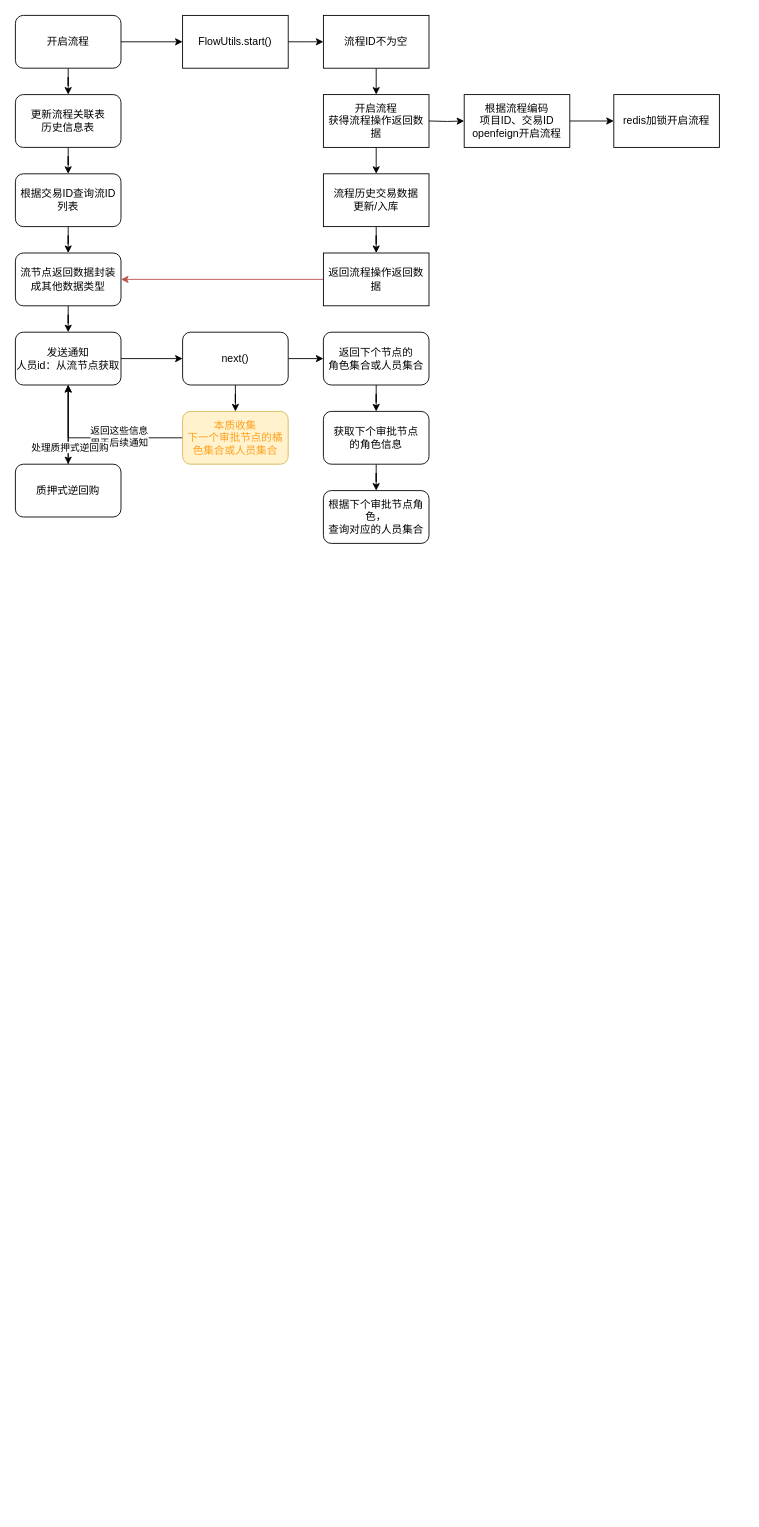
This is 质押券逆回购.drawio from CrazyDBug/draw, a draw.io file, before an edit. Source tidied: cells renumbered, new cells numbered last; positions are measured from the earlier drawing's top-left corner, leaving out a move shared by most shapes. Both pictures are drawn from the tidied source at 88%, with x=0, y=0 at pixel (15, 15).
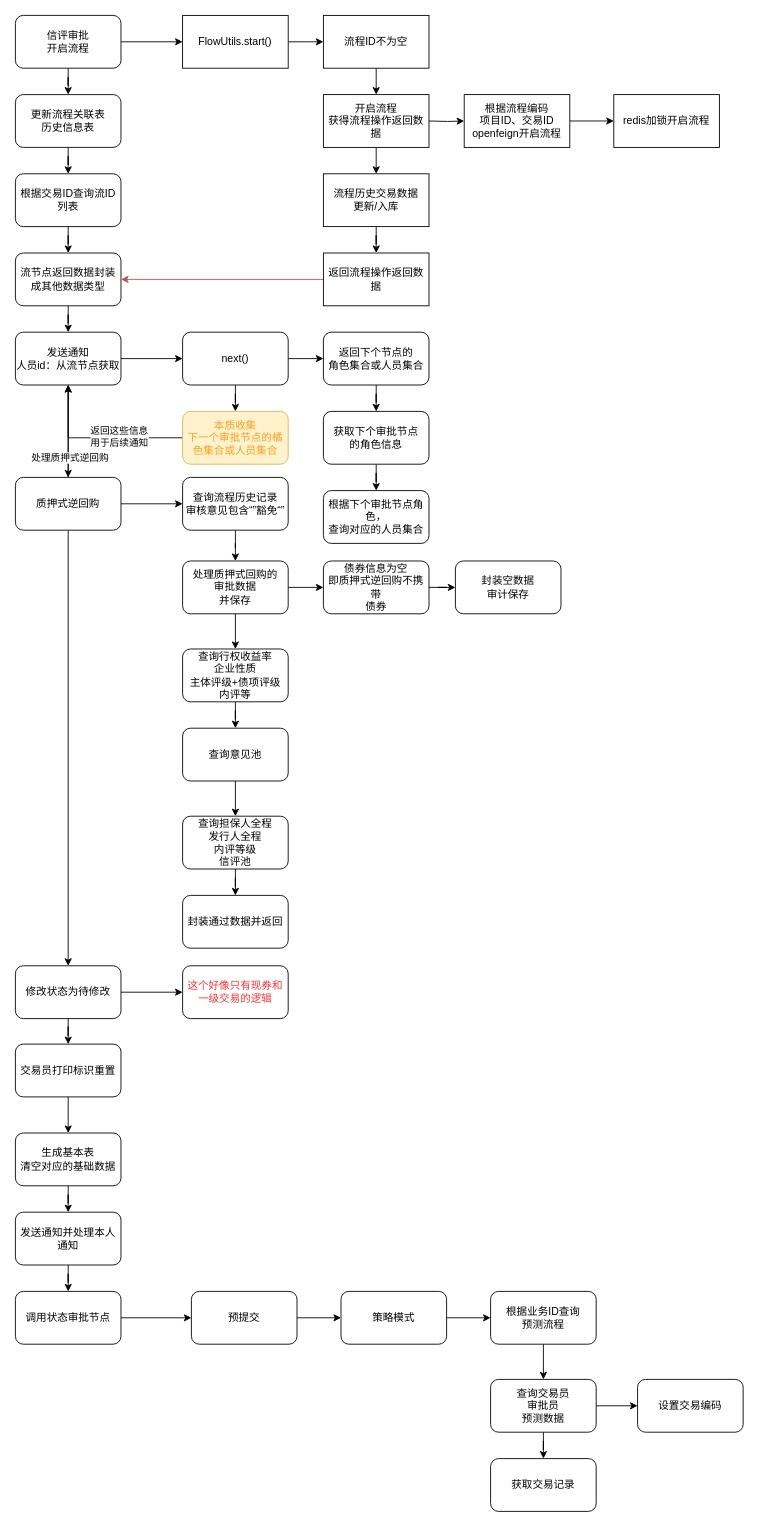
After the change.

Commit message:
更新质押券逆回购.drawio

What changed in the source:
```diff
@@
-    <mxCell id="4" value="开启流程" style="rounded=1;whiteSpace=wrap;html=1;" parent="1" vertex="1">
+    <mxCell id="4" value="&lt;div&gt;信评审批&lt;/div&gt;开启流程" style="rounded=1;whiteSpace=wrap;html=1;" parent="1" vertex="1">
       <mxGeometry width="120" height="60" as="geometry" />
     </mxCell>
@@
+    <mxCell id="42" style="edgeStyle=orthogonalEdgeStyle;rounded=0;jettySize=auto;html=1;" parent="1" edge="1" source="41" target="45">
+      <mxGeometry relative="1" as="geometry" />
+    </mxCell>
+    <mxCell id="43" style="edgeStyle=orthogonalEdgeStyle;rounded=0;jettySize=auto;html=1;" parent="1" edge="1" source="41" target="61">
+      <mxGeometry relative="1" as="geometry" />
+    </mxCell>
     <mxCell id="41" value="质押式逆回购" style="whiteSpace=wrap;html=1;rounded=1;" parent="1" vertex="1">
-      <mxGeometry y="510" width="120" height="60" as="geometry" />
+      <mxGeometry y="525" width="120" height="60" as="geometry" />
     </mxCell>
+    <mxCell id="44" style="edgeStyle=orthogonalEdgeStyle;rounded=0;jettySize=auto;html=1;" parent="1" edge="1" source="45" target="48">
+      <mxGeometry relative="1" as="geometry" />
+    </mxCell>
+    <mxCell id="45" value="查询流程历史记录&lt;div&gt;审核意见包含“”豁免“”&lt;/div&gt;" style="whiteSpace=wrap;html=1;rounded=1;" parent="1" vertex="1">
+      <mxGeometry x="190" y="525" width="120" height="60" as="geometry" />
+    </mxCell>
+    <mxCell id="46" style="edgeStyle=orthogonalEdgeStyle;rounded=0;jettySize=auto;html=1;" parent="1" edge="1" source="48" target="50">
+      <mxGeometry relative="1" as="geometry" />
+    </mxCell>
+    <mxCell id="47" style="edgeStyle=orthogonalEdgeStyle;rounded=0;jettySize=auto;html=1;" parent="1" edge="1" source="48" target="53">
+      <mxGeometry relative="1" as="geometry" />
+    </mxCell>
+    <mxCell id="48" value="处理质押式回购的&lt;div&gt;审批数据&lt;/div&gt;&lt;div&gt;并保存&lt;/div&gt;" style="whiteSpace=wrap;html=1;rounded=1;" parent="1" vertex="1">
+      <mxGeometry x="190" y="620" width="120" height="60" as="geometry" />
+    </mxCell>
+    <mxCell id="49" style="edgeStyle=orthogonalEdgeStyle;rounded=0;jettySize=auto;html=1;" parent="1" edge="1" source="50" target="51">
+      <mxGeometry relative="1" as="geometry" />
+    </mxCell>
+    <mxCell id="50" value="债券信息为空&lt;div&gt;即质押式逆回购不携带&lt;/div&gt;&lt;div&gt;债券&lt;/div&gt;" style="whiteSpace=wrap;html=1;rounded=1;" parent="1" vertex="1">
+      <mxGeometry x="350" y="620" width="120" height="60" as="geometry" />
+    </mxCell>
+    <mxCell id="51" value="封装空数据&lt;div&gt;审计保存&lt;/div&gt;" style="whiteSpace=wrap;html=1;rounded=1;" parent="1" vertex="1">
+      <mxGeometry x="500" y="620" width="120" height="60" as="geometry" />
+    </mxCell>
+    <mxCell id="52" style="edgeStyle=orthogonalEdgeStyle;rounded=0;jettySize=auto;html=1;" parent="1" edge="1" source="53" target="55">
+      <mxGeometry relative="1" as="geometry" />
+    </mxCell>
+    <mxCell id="53" value="查询行权收益率&lt;div&gt;企业性质&lt;/div&gt;&lt;div&gt;主体评级+债项评级&lt;/div&gt;&lt;div&gt;内评等&lt;/div&gt;" style="whiteSpace=wrap;html=1;rounded=1;" parent="1" vertex="1">
+      <mxGeometry x="190" y="720" width="120" height="60" as="geometry" />
+    </mxCell>
+    <mxCell id="54" style="edgeStyle=orthogonalEdgeStyle;rounded=0;jettySize=auto;html=1;" parent="1" edge="1" source="55" target="57">
+      <mxGeometry relative="1" as="geometry" />
+    </mxCell>
+    <mxCell id="55" value="查询意见池" style="whiteSpace=wrap;html=1;rounded=1;" parent="1" vertex="1">
+      <mxGeometry x="190" y="810" width="120" height="60" as="geometry" />
+    </mxCell>
+    <mxCell id="56" style="edgeStyle=orthogonalEdgeStyle;rounded=0;jettySize=auto;html=1;" parent="1" edge="1" source="57" target="58">
+      <mxGeometry relative="1" as="geometry" />
+    </mxCell>
+    <mxCell id="57" value="查询担保人全程&lt;div&gt;发行人全程&lt;/div&gt;&lt;div&gt;内评等级&lt;/div&gt;&lt;div&gt;信评池&lt;/div&gt;" style="whiteSpace=wrap;html=1;rounded=1;" parent="1" vertex="1">
+      <mxGeometry x="190" y="910" width="120" height="60" as="geometry" />
+    </mxCell>
+    <mxCell id="58" value="封装通过数据并返回" style="whiteSpace=wrap;html=1;rounded=1;" parent="1" vertex="1">
+      <mxGeometry x="190" y="1000" width="120" height="60" as="geometry" />
+    </mxCell>
+    <mxCell id="59" style="edgeStyle=orthogonalEdgeStyle;rounded=0;jettySize=auto;html=1;" parent="1" edge="1" source="61" target="62">
+      <mxGeometry relative="1" as="geometry" />
+    </mxCell>
+    <mxCell id="60" style="edgeStyle=orthogonalEdgeStyle;rounded=0;jettySize=auto;html=1;" parent="1" edge="1" source="61" target="64">
+      <mxGeometry relative="1" as="geometry" />
+    </mxCell>
+    <mxCell id="61" value="修改状态为待修改" style="whiteSpace=wrap;html=1;rounded=1;" parent="1" vertex="1">
+      <mxGeometry y="1080" width="120" height="60" as="geometry" />
+    </mxCell>
+    <mxCell id="62" value="&lt;font style=&quot;color: rgb(255, 51, 51);&quot;&gt;这个好像只有现券和一级交易的逻辑&lt;/font&gt;" style="whiteSpace=wrap;html=1;rounded=1;" parent="1" vertex="1">
+      <mxGeometry x="190" y="1080" width="120" height="60" as="geometry" />
+    </mxCell>
+    <mxCell id="63" style="edgeStyle=orthogonalEdgeStyle;rounded=0;jettySize=auto;html=1;" parent="1" edge="1" source="64" target="66">
+      <mxGeometry relative="1" as="geometry" />
+    </mxCell>
+    <mxCell id="64" value="交易员打印标识重置" style="whiteSpace=wrap;html=1;rounded=1;" parent="1" vertex="1">
+      <mxGeometry y="1169" width="120" height="60" as="geometry" />
+    </mxCell>
+    <mxCell id="65" style="edgeStyle=orthogonalEdgeStyle;rounded=0;jettySize=auto;html=1;" parent="1" edge="1" source="66" target="68">
+      <mxGeometry relative="1" as="geometry" />
+    </mxCell>
+    <mxCell id="66" value="生成基本表&lt;div&gt;清空对应的基础数据&lt;/div&gt;" style="whiteSpace=wrap;html=1;rounded=1;" parent="1" vertex="1">
+      <mxGeometry y="1270" width="120" height="60" as="geometry" />
+    </mxCell>
+    <mxCell id="67" style="edgeStyle=orthogonalEdgeStyle;rounded=0;jettySize=auto;html=1;" parent="1" edge="1" source="68" target="70">
+      <mxGeometry relative="1" as="geometry" />
+    </mxCell>
+    <mxCell id="68" value="发送通知并处理本人通知" style="whiteSpace=wrap;html=1;rounded=1;" parent="1" vertex="1">
+      <mxGeometry y="1360" width="120" height="60" as="geometry" />
+    </mxCell>
+    <mxCell id="69" style="edgeStyle=orthogonalEdgeStyle;rounded=0;jettySize=auto;html=1;" parent="1" edge="1" source="70" target="72">
+      <mxGeometry relative="1" as="geometry" />
+    </mxCell>
+    <mxCell id="70" value="调用状态审批节点" style="whiteSpace=wrap;html=1;rounded=1;" parent="1" vertex="1">
+      <mxGeometry y="1450" width="120" height="60" as="geometry" />
+    </mxCell>
+    <mxCell id="71" style="edgeStyle=orthogonalEdgeStyle;rounded=0;jettySize=auto;html=1;" parent="1" edge="1" source="72" target="74">
+      <mxGeometry relative="1" as="geometry" />
+    </mxCell>
+    <mxCell id="72" value="预提交" style="whiteSpace=wrap;html=1;rounded=1;" parent="1" vertex="1">
+      <mxGeometry x="200" y="1450" width="120" height="60" as="geometry" />
+    </mxCell>
+    <mxCell id="73" style="edgeStyle=orthogonalEdgeStyle;rounded=0;jettySize=auto;html=1;" parent="1" edge="1" source="74" target="76">
+      <mxGeometry relative="1" as="geometry" />
+    </mxCell>
+    <mxCell id="74" value="策略模式" style="whiteSpace=wrap;html=1;rounded=1;" parent="1" vertex="1">
+      <mxGeometry x="370" y="1450" width="120" height="60" as="geometry" />
+    </mxCell>
+    <mxCell id="75" style="edgeStyle=orthogonalEdgeStyle;rounded=0;jettySize=auto;html=1;" parent="1" edge="1" source="76" target="79">
+      <mxGeometry relative="1" as="geometry" />
+    </mxCell>
+    <mxCell id="76" value="根据业务ID查询&lt;div&gt;预测流程&lt;/div&gt;" style="whiteSpace=wrap;html=1;rounded=1;" parent="1" vertex="1">
+      <mxGeometry x="540" y="1450" width="120" height="60" as="geometry" />
+    </mxCell>
+    <mxCell id="77" style="edgeStyle=orthogonalEdgeStyle;rounded=0;jettySize=auto;html=1;" parent="1" edge="1" source="79" target="80">
+      <mxGeometry relative="1" as="geometry" />
+    </mxCell>
+    <mxCell id="78" style="edgeStyle=orthogonalEdgeStyle;rounded=0;jettySize=auto;html=1;" parent="1" edge="1" source="79" target="81">
+      <mxGeometry relative="1" as="geometry" />
+    </mxCell>
+    <mxCell id="79" value="查询交易员&lt;div&gt;审批员&lt;/div&gt;&lt;div&gt;预测数据&lt;/div&gt;" style="whiteSpace=wrap;html=1;rounded=1;" parent="1" vertex="1">
+      <mxGeometry x="540" y="1550" width="120" height="60" as="geometry" />
+    </mxCell>
+    <mxCell id="80" value="获取交易记录" style="whiteSpace=wrap;html=1;rounded=1;" parent="1" vertex="1">
+      <mxGeometry x="540" y="1640" width="120" height="60" as="geometry" />
+    </mxCell>
+    <mxCell id="81" value="设置交易编码" style="whiteSpace=wrap;html=1;rounded=1;" parent="1" vertex="1">
+      <mxGeometry x="707" y="1550" width="120" height="60" as="geometry" />
+    </mxCell>
```
